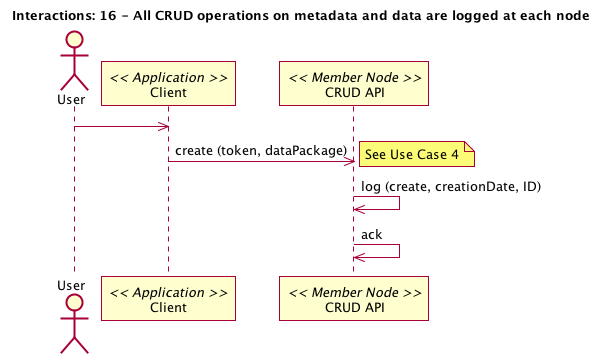
The PlantUML diagram source/UseCases/images/16_interaction.png in datadavev/DataONE_architecture, before a commit. Source of this version:
```plantuml
@startuml 16_interaction.png
title Interactions: 16 - All CRUD operations on metadata and data are logged at each node
actor User
participant "Client" as app_client << Application >>
User -> app_client
participant "CRUD API" as m_crud << Member Node >>
app_client -> m_crud: create (token, dataPackage)
note right
m_crud -> m_crud: log (create, creationDate, ID)
m_crud -> m_crud: ack
@enduml
```
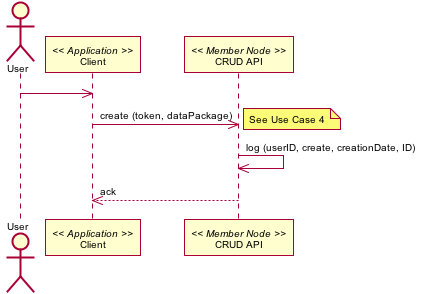
The same file after the commit.

Diff of the diagram source:
```diff
@@ -1,11 +1,69 @@
-@startuml 16_interaction.png
-title Interactions: 16 - All CRUD operations on metadata and data are logged at each node
+@startuml images/16_interaction.png
+skinparam activityFontColor black
+skinparam activityFontSize 10
+skinparam activityFontName arial
+skinparam activityArrowFontColor black
+skinparam activityArrowFontSize 10
+skinparam activityArrowFontName arial
+skinparam classArrowFontColor black
+skinparam classArrowFontSize 10
+skinparam classArrowFontName arial
+skinparam classAttributeFontColor black
+skinparam classAttributeFontSize 10
+skinparam classAttributeFontName arial
+skinparam classFontColor black
+skinparam classFontSize 10
+skinparam classFontName arial
+skinparam componentFontColor black
+skinparam componentFontSize 10
+skinparam componentFontName arial
+skinparam componentArrowFontColor black
+skinparam componentArrowFontSize 10
+skinparam componentArrowFontName arial
+skinparam noteFontColor black
+skinparam noteFontSize 10
+skinparam noteFontName arial
+skinparam packageFontColor black
+skinparam packageFontSize 10
+skinparam packageFontName arial
+skinparam sequenceActorFontColor black
+skinparam sequenceActorFontSize 10
+skinparam sequenceActorFontName arial
+skinparam sequenceArrowFontColor black
+skinparam sequenceArrowFontSize 10
+skinparam sequenceArrowFontName arial
+skinparam sequenceGroupingFontColor black
+skinparam sequenceGroupingFontSize 10
+skinparam sequenceGroupingFontName arial
+skinparam sequenceGroupingHeaderFontColor black
+skinparam sequenceGroupingHeaderFontSize 10
+skinparam sequenceGroupingHeaderFontName arial
+skinparam sequenceParticipantFontColor black
+skinparam sequenceParticipantFontSize 10
+skinparam sequenceParticipantFontName arial
+skinparam sequenceTitleFontColor black
+skinparam sequenceTitleFontSize 10
+skinparam sequenceTitleFontName arial
+skinparam titleFontColor black
+skinparam titleFontSize 10
+skinparam titleFontName arial
+skinparam usecaseFontColor black
+skinparam usecaseFontSize 10
+skinparam usecaseFontName arial
+skinparam usecaseActorFontColor black
+skinparam usecaseActorFontSize 10
+skinparam usecaseActorFontName arial
+skinparam usecaseArrowFontColor black
+skinparam usecaseArrowFontSize 10
+skinparam usecaseArrowFontName arial
 actor User
 participant "Client" as app_client << Application >>
 User -> app_client
 participant "CRUD API" as m_crud << Member Node >>
 app_client -> m_crud: create (token, dataPackage)
 note right
-m_crud -> m_crud: log (create, creationDate, ID)
-m_crud -> m_crud: ack
+See Use Case 4
+end note
+m_crud -> m_crud: log (userID, create, creationDate, ID)
+m_crud --> app_client: ack
 @enduml
```
